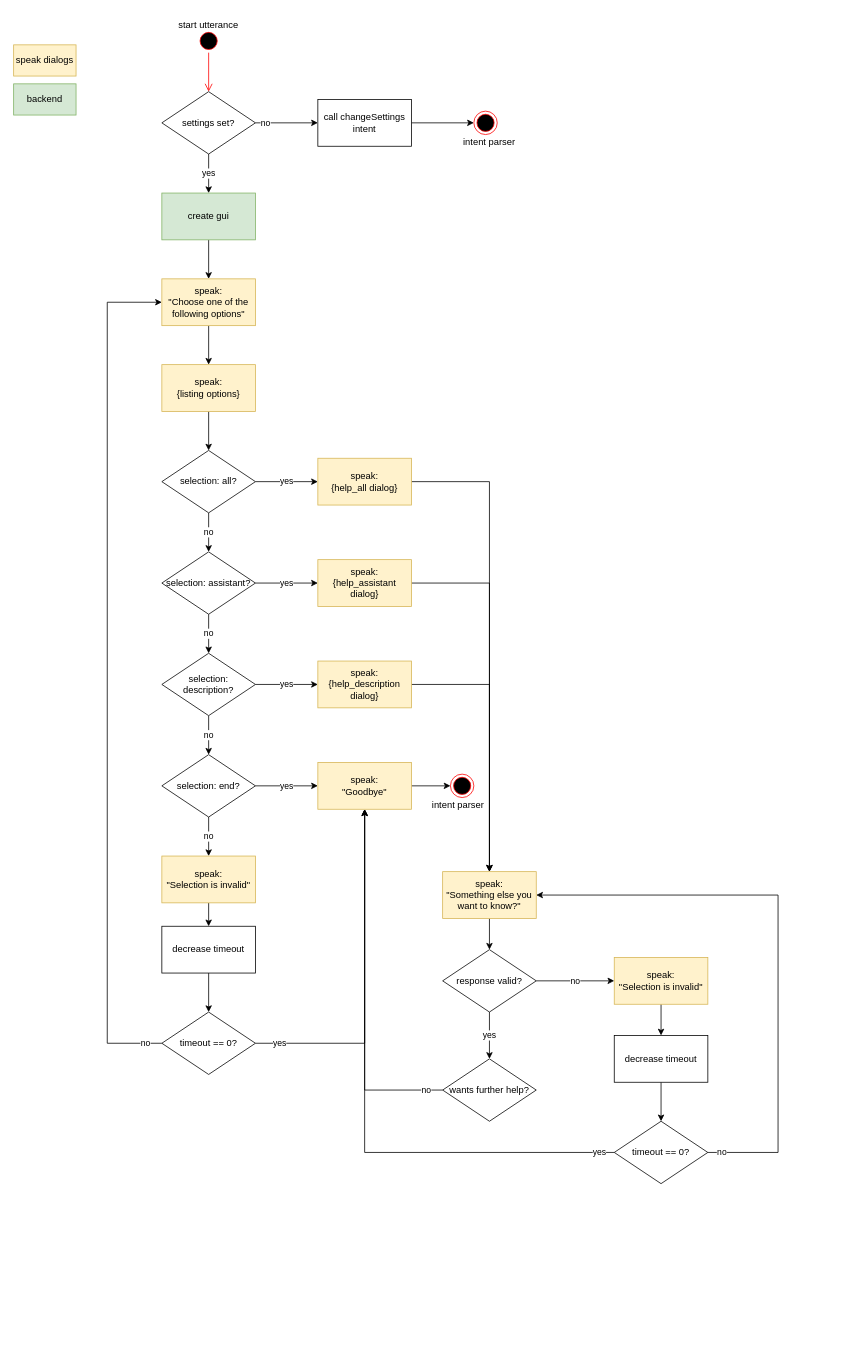
Earlier version of the draw.io diagram doc/activityDiagram/getHelp.drawio (Linyeir/spellcastmanager-skill). Source tidied: cells renumbered, new cells numbered last; positions are measured from the earlier drawing's top-left corner, leaving out a move shared by most shapes. Both pictures are drawn from the tidied source at 78%, with x=0, y=0 at pixel (13, 13).
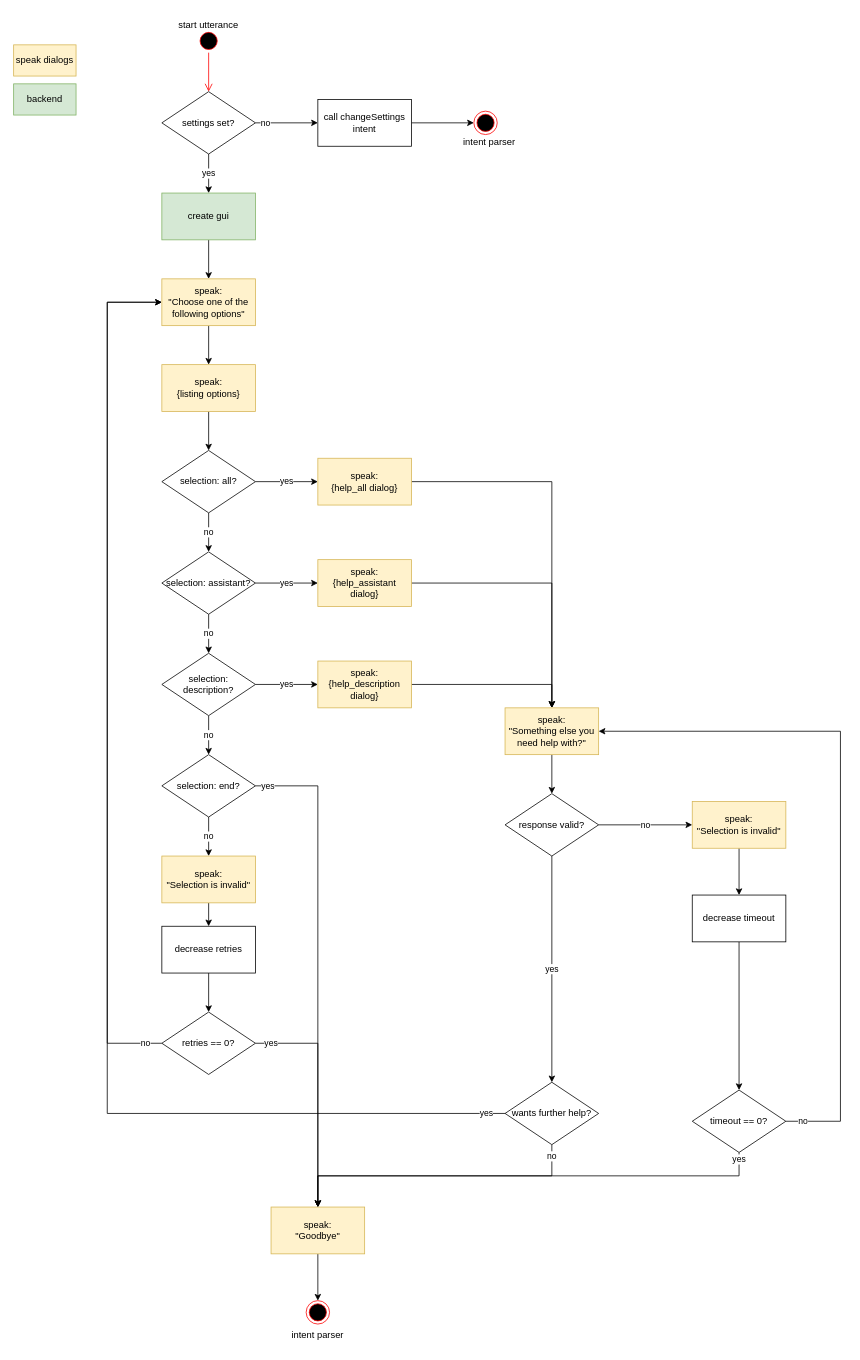
Above is the later version.

Unchanged cells that the change refers to:
```xml
<mxCell id="17" value="speak:&lt;br&gt;&quot;Choose one of the following options&quot;" style="rounded=0;whiteSpace=wrap;html=1;fillColor=#fff2cc;strokeColor=#d6b656;" parent="1" vertex="1">
  <mxGeometry x="190" y="340" width="120" height="60" as="geometry" />
</mxCell>
<mxCell id="28" value="selection: end?" style="rhombus;whiteSpace=wrap;html=1;" parent="1" vertex="1">
  <mxGeometry x="190" y="950" width="120" height="80" as="geometry" />
</mxCell>
```

The edit, as a diff of the source:
```diff
@@
-    <mxCell id="39" value="yes" style="edgeStyle=orthogonalEdgeStyle;rounded=0;jettySize=auto;html=1;exitX=1;exitY=0.5;exitDx=0;exitDy=0;entryX=0;entryY=0.5;entryDx=0;entryDy=0;" parent="1" edge="1" source="28" target="41">
-      <mxGeometry relative="1" as="geometry" />
+    <mxCell id="39" value="yes" style="edgeStyle=orthogonalEdgeStyle;rounded=0;jettySize=auto;html=1;exitX=1;exitY=0.5;exitDx=0;exitDy=0;entryX=0.5;entryY=0;entryDx=0;entryDy=0;" parent="1" edge="1" source="28" target="41">
+      <mxGeometry x="-0.95" relative="1" as="geometry">
+        <Array as="points">
+          <mxPoint x="390" y="990" />
+        </Array>
+      </mxGeometry>
     </mxCell>
-    <mxCell id="40" style="edgeStyle=orthogonalEdgeStyle;rounded=0;jettySize=auto;html=1;exitX=1;exitY=0.5;exitDx=0;exitDy=0;entryX=0;entryY=0.5;entryDx=0;entryDy=0;" parent="1" edge="1" source="41" target="42">
+    <mxCell id="40" style="edgeStyle=orthogonalEdgeStyle;rounded=0;jettySize=auto;html=1;exitX=0.5;exitY=1;exitDx=0;exitDy=0;entryX=0.5;entryY=0;entryDx=0;entryDy=0;" parent="1" edge="1" source="41" target="42">
       <mxGeometry relative="1" as="geometry" />
     </mxCell>
     <mxCell id="41" value="speak:&lt;br&gt;&quot;Goodbye&quot;" style="rounded=0;whiteSpace=wrap;html=1;fillColor=#fff2cc;strokeColor=#d6b656;" parent="1" vertex="1">
-      <mxGeometry x="390" y="960" width="120" height="60" as="geometry" />
+      <mxGeometry x="330" y="1530" width="120" height="60" as="geometry" />
     </mxCell>
     <mxCell id="42" style="ellipse;html=1;shape=endState;fillColor=#000000;strokeColor=#ff0000;" parent="1" vertex="1">
-      <mxGeometry x="560" y="975" width="30" height="30" as="geometry" />
+      <mxGeometry x="375" y="1650" width="30" height="30" as="geometry" />
     </mxCell>
     <mxCell id="43" value="intent parser" style="text;html=1;strokeColor=none;fillColor=none;align=center;verticalAlign=middle;whiteSpace=wrap;rounded=0;" parent="1" vertex="1">
-      <mxGeometry x="510" y="1000" width="120" height="30" as="geometry" />
+      <mxGeometry x="330" y="1680" width="120" height="30" as="geometry" />
     </mxCell>
@@
-    <mxCell id="45" value="no" style="edgeStyle=orthogonalEdgeStyle;rounded=0;jettySize=auto;html=1;exitX=0;exitY=0.5;exitDx=0;exitDy=0;entryX=0.5;entryY=1;entryDx=0;entryDy=0;" parent="1" edge="1" source="46" target="41">
-      <mxGeometry x="-0.91" relative="1" as="geometry" />
+    <mxCell id="45" value="no" style="edgeStyle=orthogonalEdgeStyle;rounded=0;jettySize=auto;html=1;entryX=0.5;entryY=0;entryDx=0;entryDy=0;exitX=0.5;exitY=1;exitDx=0;exitDy=0;" parent="1" edge="1" source="46" target="41">
+      <mxGeometry x="-0.92" relative="1" as="geometry">
+        <Array as="points">
+          <mxPoint x="690" y="1490" />
+          <mxPoint x="390" y="1490" />
+        </Array>
+      </mxGeometry>
     </mxCell>
+    <mxCell id="64" value="yes" style="edgeStyle=orthogonalEdgeStyle;rounded=0;jettySize=auto;html=1;entryX=0;entryY=0.5;entryDx=0;entryDy=0;exitX=0;exitY=0.5;exitDx=0;exitDy=0;" parent="1" edge="1" source="46" target="17">
+      <mxGeometry x="-0.97" relative="1" as="geometry">
+        <Array as="points">
+          <mxPoint x="120" y="1410" />
+          <mxPoint x="120" y="370" />
+        </Array>
+      </mxGeometry>
+    </mxCell>
     <mxCell id="46" value="wants further help?" style="rhombus;whiteSpace=wrap;html=1;" parent="1" vertex="1">
-      <mxGeometry x="550" y="1340" width="120" height="80" as="geometry" />
+      <mxGeometry x="630" y="1370" width="120" height="80" as="geometry" />
     </mxCell>
@@
-    <mxCell id="48" value="speak:&lt;br&gt;&quot;Something else you want to know?&quot;" style="rounded=0;whiteSpace=wrap;html=1;fillColor=#fff2cc;strokeColor=#d6b656;" parent="1" vertex="1">
-      <mxGeometry x="550" y="1100" width="120" height="60" as="geometry" />
+    <mxCell id="48" value="speak:&lt;br&gt;&quot;Something else you need help with?&quot;" style="rounded=0;whiteSpace=wrap;html=1;fillColor=#fff2cc;strokeColor=#d6b656;" parent="1" vertex="1">
+      <mxGeometry x="630" y="890" width="120" height="60" as="geometry" />
     </mxCell>
@@
     <mxCell id="50" value="response valid?" style="rhombus;whiteSpace=wrap;html=1;" parent="1" vertex="1">
-      <mxGeometry x="550" y="1200" width="120" height="80" as="geometry" />
+      <mxGeometry x="630" y="1000" width="120" height="80" as="geometry" />
     </mxCell>
@@
-    <mxCell id="52" value="decrease timeout" style="rounded=0;whiteSpace=wrap;html=1;" parent="1" vertex="1">
+    <mxCell id="52" value="decrease retries" style="rounded=0;whiteSpace=wrap;html=1;" parent="1" vertex="1">
       <mxGeometry x="190" y="1170" width="120" height="60" as="geometry" />
     </mxCell>
@@
     <mxCell id="54" value="speak:&lt;br&gt;&quot;Selection is invalid&quot;" style="rounded=0;whiteSpace=wrap;html=1;fillColor=#fff2cc;strokeColor=#d6b656;" parent="1" vertex="1">
-      <mxGeometry x="770" y="1210" width="120" height="60" as="geometry" />
+      <mxGeometry x="870" y="1010" width="120" height="60" as="geometry" />
     </mxCell>
@@
     <mxCell id="56" value="decrease timeout" style="rounded=0;whiteSpace=wrap;html=1;" parent="1" vertex="1">
-      <mxGeometry x="770" y="1310" width="120" height="60" as="geometry" />
+      <mxGeometry x="870" y="1130" width="120" height="60" as="geometry" />
     </mxCell>
-    <mxCell id="57" value="yes" style="edgeStyle=orthogonalEdgeStyle;rounded=0;jettySize=auto;html=1;exitX=0;exitY=0.5;exitDx=0;exitDy=0;entryX=0.5;entryY=1;entryDx=0;entryDy=0;" parent="1" edge="1" source="59" target="41">
-      <mxGeometry x="-0.95" relative="1" as="geometry" />
+    <mxCell id="57" value="yes" style="edgeStyle=orthogonalEdgeStyle;rounded=0;jettySize=auto;html=1;exitX=0.5;exitY=1;exitDx=0;exitDy=0;entryX=0.5;entryY=0;entryDx=0;entryDy=0;" parent="1" edge="1" source="59" target="41">
+      <mxGeometry x="-0.97" relative="1" as="geometry">
+        <Array as="points">
+          <mxPoint x="930" y="1490" />
+          <mxPoint x="390" y="1490" />
+        </Array>
+      </mxGeometry>
     </mxCell>
     <mxCell id="58" value="no" style="edgeStyle=orthogonalEdgeStyle;rounded=0;jettySize=auto;html=1;exitX=1;exitY=0.5;exitDx=0;exitDy=0;entryX=1;entryY=0.5;entryDx=0;entryDy=0;" parent="1" edge="1" source="59" target="48">
       <mxGeometry x="-0.95" relative="1" as="geometry">
         <Array as="points">
-          <mxPoint x="980" y="1460" />
-          <mxPoint x="980" y="1130" />
+          <mxPoint x="1060" y="1420" />
+          <mxPoint x="1060" y="920" />
         </Array>
       </mxGeometry>
     </mxCell>
     <mxCell id="59" value="timeout == 0?" style="rhombus;whiteSpace=wrap;html=1;" parent="1" vertex="1">
-      <mxGeometry x="770" y="1420" width="120" height="80" as="geometry" />
+      <mxGeometry x="870" y="1380" width="120" height="80" as="geometry" />
     </mxCell>
-    <mxCell id="60" value="yes" style="edgeStyle=orthogonalEdgeStyle;rounded=0;jettySize=auto;html=1;exitX=1;exitY=0.5;exitDx=0;exitDy=0;entryX=0.5;entryY=1;entryDx=0;entryDy=0;" parent="1" edge="1" source="63" target="41">
-      <mxGeometry x="-0.86" relative="1" as="geometry" />
+    <mxCell id="60" value="yes" style="edgeStyle=orthogonalEdgeStyle;rounded=0;jettySize=auto;html=1;exitX=1;exitY=0.5;exitDx=0;exitDy=0;entryX=0.5;entryY=0;entryDx=0;entryDy=0;" parent="1" edge="1" source="63" target="41">
+      <mxGeometry x="-0.86" relative="1" as="geometry">
+        <Array as="points">
+          <mxPoint x="390" y="1320" />
+        </Array>
+      </mxGeometry>
     </mxCell>
@@
-    <mxCell id="63" value="timeout == 0?" style="rhombus;whiteSpace=wrap;html=1;" parent="1" vertex="1">
+    <mxCell id="63" value="retries == 0?" style="rhombus;whiteSpace=wrap;html=1;" parent="1" vertex="1">
       <mxGeometry x="190" y="1280" width="120" height="80" as="geometry" />
     </mxCell>
```
